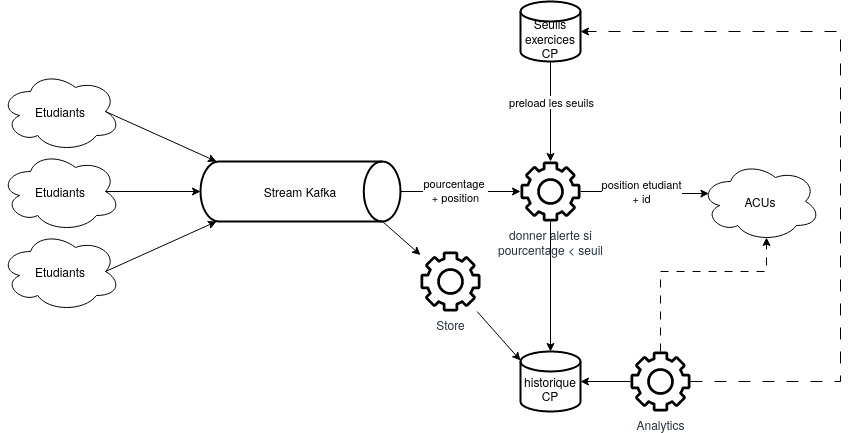
Above: images/architecture.png in LilianSchall/AcuDataEngineering (draw.io), before the change. Source tidied: cells renumbered, new cells last; positions are measured from the earlier drawing's top-left corner, leaving out a move shared by most shapes.
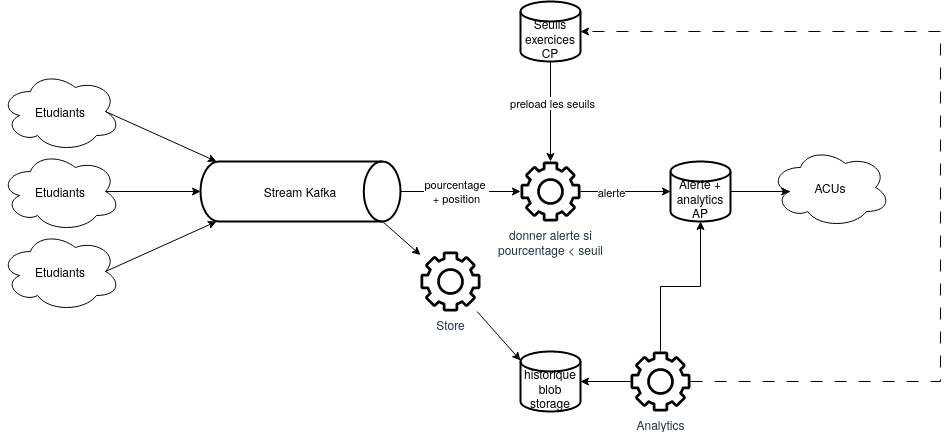
The same diagram one commit later.

Commit message:
fix: updated architecture following meeting with professor

Diff of the diagram source:
```diff
@@ -35,7 +35,7 @@
     <mxCell id="12" style="rounded=0;jettySize=auto;html=1;exitX=0;exitY=0.15;exitDx=0;exitDy=0;exitPerimeter=0;startArrow=classic;startFill=1;endArrow=none;endFill=0;" parent="1" edge="1" source="13" target="17">
       <mxGeometry relative="1" as="geometry" />
     </mxCell>
-    <mxCell id="13" value="&lt;div&gt;&lt;br&gt;&lt;/div&gt;&lt;div&gt;historique&lt;/div&gt;CP" style="strokeWidth=2;html=1;shape=mxgraph.flowchart.database;whiteSpace=wrap;" parent="1" vertex="1">
+    <mxCell id="13" value="&lt;div&gt;&lt;br&gt;&lt;/div&gt;&lt;div&gt;historique&lt;/div&gt;&lt;div&gt;blob storage&lt;br&gt;&lt;/div&gt;" style="strokeWidth=2;html=1;shape=mxgraph.flowchart.database;whiteSpace=wrap;" parent="1" vertex="1">
       <mxGeometry x="520" y="350" width="60" height="60" as="geometry" />
     </mxCell>
     <mxCell id="14" style="edgeStyle=orthogonalEdgeStyle;rounded=0;jettySize=auto;html=1;exitX=0.5;exitY=1;exitDx=0;exitDy=0;exitPerimeter=0;" parent="1" edge="1" source="16" target="18">
@@ -54,40 +54,38 @@
       <mxGeometry x="520" y="160" width="60" height="60" as="geometry" />
     </mxCell>
     <mxCell id="19" value="ACUs" style="ellipse;shape=cloud;whiteSpace=wrap;html=1;" parent="1" vertex="1">
-      <mxGeometry x="700" y="160" width="120" height="80" as="geometry" />
+      <mxGeometry x="770" y="146" width="120" height="80" as="geometry" />
     </mxCell>
-    <mxCell id="20" style="edgeStyle=orthogonalEdgeStyle;rounded=0;jettySize=auto;html=1;entryX=0.07;entryY=0.4;entryDx=0;entryDy=0;entryPerimeter=0;" parent="1" edge="1" source="18" target="19">
-      <mxGeometry relative="1" as="geometry" />
-    </mxCell>
-    <mxCell id="21" value="&lt;font style=&quot;font-size: 11px;&quot;&gt;position etudiant&lt;br&gt; + id&lt;/font&gt;" style="edgeLabel;html=1;align=center;verticalAlign=middle;" parent="20" vertex="1">
-      <mxGeometry x="-0.48" y="-2" relative="1" as="geometry">
-        <mxPoint x="26" y="-2" as="offset" />
-      </mxGeometry>
-    </mxCell>
     <mxCell id="22" value="Analytics" style="sketch=0;outlineConnect=0;fontColor=#232F3E;gradientColor=none;fillColor=#000000;strokeColor=none;dashed=0;verticalLabelPosition=bottom;verticalAlign=top;align=center;html=1;fontSize=12;fontStyle=0;shape=mxgraph.aws4.gear;fillStyle=solid;" parent="1" vertex="1">
       <mxGeometry x="630" y="350" width="60" height="60" as="geometry" />
     </mxCell>
     <mxCell id="23" style="edgeStyle=orthogonalEdgeStyle;rounded=0;jettySize=auto;html=1;entryX=1;entryY=0.5;entryDx=0;entryDy=0;entryPerimeter=0;" parent="1" edge="1" source="22" target="13">
       <mxGeometry relative="1" as="geometry" />
     </mxCell>
-    <mxCell id="24" style="edgeStyle=orthogonalEdgeStyle;rounded=0;jettySize=auto;html=1;entryX=0.55;entryY=0.95;entryDx=0;entryDy=0;entryPerimeter=0;dashed=1;dashPattern=8 8;" parent="1" edge="1" source="22" target="19">
-      <mxGeometry relative="1" as="geometry">
-        <Array as="points">
-          <mxPoint x="660" y="270" />
-          <mxPoint x="766" y="270" />
-        </Array>
-      </mxGeometry>
-    </mxCell>
     <mxCell id="25" style="edgeStyle=orthogonalEdgeStyle;rounded=0;jettySize=auto;html=1;entryX=1;entryY=0.5;entryDx=0;entryDy=0;entryPerimeter=0;dashed=1;dashPattern=12 12;" parent="1" edge="1" source="22" target="16">
       <mxGeometry relative="1" as="geometry">
         <Array as="points">
-          <mxPoint x="840" y="380" />
-          <mxPoint x="840" y="30" />
+          <mxPoint x="940" y="380" />
+          <mxPoint x="940" y="30" />
         </Array>
       </mxGeometry>
     </mxCell>
-    <mxCell id="26" style="edgeStyle=orthogonalEdgeStyle;rounded=0;jettySize=auto;html=1;entryX=0.5;entryY=0;entryDx=0;entryDy=0;entryPerimeter=0;" parent="1" edge="1" source="18" target="13">
-      <mxGeometry relative="1" as="geometry" />
-    </mxCell>
+    <mxCell id="27" value="&lt;br&gt;&lt;br&gt;Alerte + analytics&lt;br&gt;AP&lt;div&gt;&lt;br&gt;&lt;/div&gt;" style="strokeWidth=2;html=1;shape=mxgraph.flowchart.database;whiteSpace=wrap;" parent="1" vertex="1">
+      <mxGeometry x="670" y="160" width="60" height="60" as="geometry" />
+    </mxCell>
+    <mxCell id="28" style="edgeStyle=orthogonalEdgeStyle;rounded=0;jettySize=auto;html=1;entryX=0;entryY=0.5;entryDx=0;entryDy=0;entryPerimeter=0;" parent="1" edge="1" source="18" target="27">
+      <mxGeometry relative="1" as="geometry" />
+    </mxCell>
+    <mxCell id="29" value="alerte" style="edgeLabel;html=1;align=center;verticalAlign=middle;" parent="28" vertex="1">
+      <mxGeometry x="0.16" y="1" relative="1" as="geometry">
+        <mxPoint x="-22" y="1" as="offset" />
+      </mxGeometry>
+    </mxCell>
+    <mxCell id="30" style="edgeStyle=orthogonalEdgeStyle;rounded=0;jettySize=auto;html=1;entryX=0.5;entryY=1;entryDx=0;entryDy=0;entryPerimeter=0;" parent="1" edge="1" source="22" target="27">
+      <mxGeometry relative="1" as="geometry" />
+    </mxCell>
+    <mxCell id="31" style="edgeStyle=orthogonalEdgeStyle;rounded=0;jettySize=auto;html=1;exitX=1;exitY=0.5;exitDx=0;exitDy=0;exitPerimeter=0;entryX=0.16;entryY=0.55;entryDx=0;entryDy=0;entryPerimeter=0;" parent="1" edge="1" source="27" target="19">
+      <mxGeometry relative="1" as="geometry" />
+    </mxCell>
   </root>
 </mxGraphModel>
```
